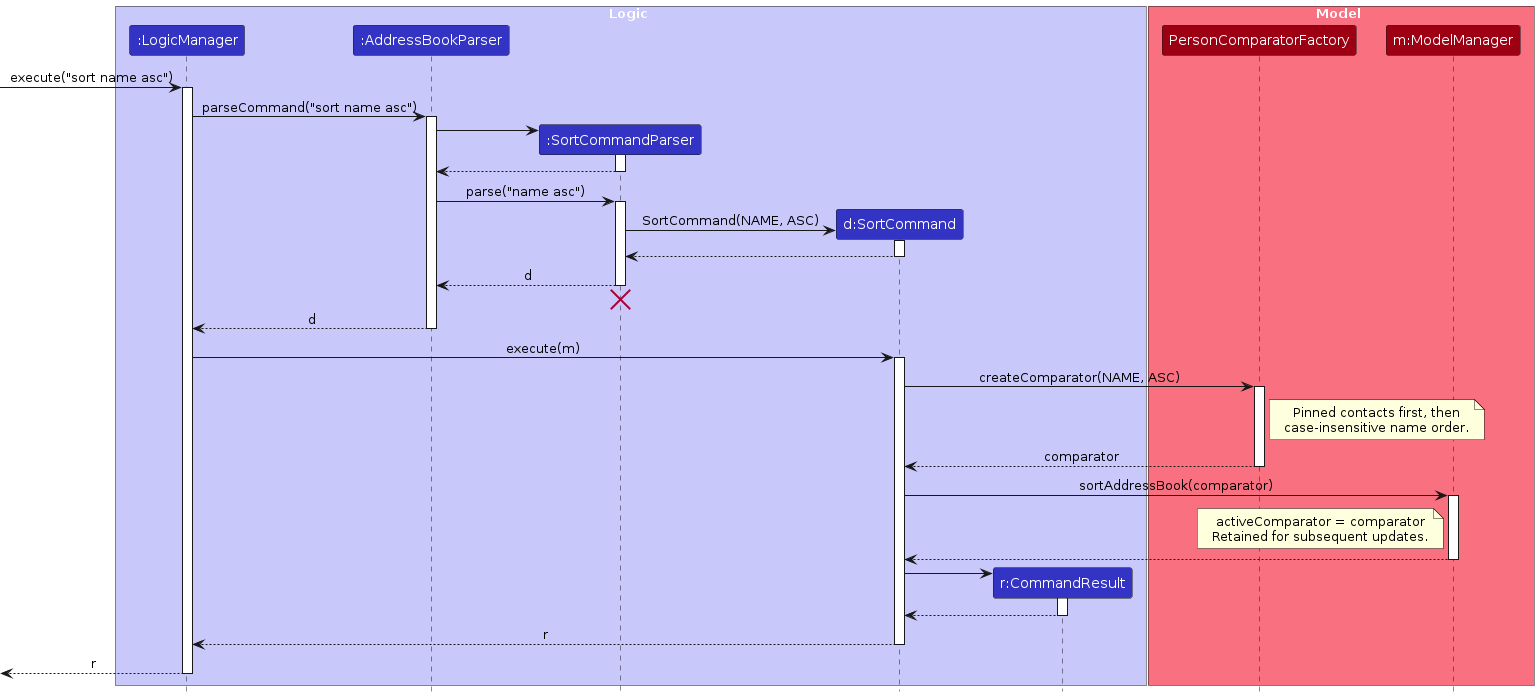
Earlier version of the PlantUML export diagrams/SortSequenceDiagram.png (AY2627S1-CS2103T-T13-1/tp). Its source is kept beside it as diagrams/SortSequenceDiagram.puml. Its diagram source:
```plantuml
@startuml
!include style.puml
skinparam ArrowFontStyle plain

box Logic LOGIC_COLOR_T1
participant ":LogicManager" as LogicManager LOGIC_COLOR
participant ":AddressBookParser" as AddressBookParser LOGIC_COLOR
participant ":SortCommandParser" as SortCommandParser LOGIC_COLOR
participant "d:SortCommand" as SortCommand LOGIC_COLOR
participant "r:CommandResult" as CommandResult LOGIC_COLOR
end box

box Model MODEL_COLOR_T1
participant "PersonComparatorFactory" as PersonComparatorFactory MODEL_COLOR
participant "m:ModelManager" as Model MODEL_COLOR
end box

[-> LogicManager : execute("sort name asc")
activate LogicManager

LogicManager -> AddressBookParser : parseCommand("sort name asc")
activate AddressBookParser

create SortCommandParser
AddressBookParser -> SortCommandParser
activate SortCommandParser

SortCommandParser --> AddressBookParser
deactivate SortCommandParser

AddressBookParser -> SortCommandParser : parse("name asc")
activate SortCommandParser

create SortCommand
SortCommandParser -> SortCommand : SortCommand(NAME, ASC)
activate SortCommand

SortCommand --> SortCommandParser :
deactivate SortCommand

SortCommandParser --> AddressBookParser : d
deactivate SortCommandParser
SortCommandParser -[hidden]-> AddressBookParser
destroy SortCommandParser

AddressBookParser --> LogicManager : d
deactivate AddressBookParser

LogicManager -> SortCommand : execute(m)
activate SortCommand

SortCommand -> PersonComparatorFactory : createComparator(NAME, ASC)
activate PersonComparatorFactory
note right of PersonComparatorFactory
Pinned contacts first, then
case-insensitive name order.
end note
PersonComparatorFactory --> SortCommand : comparator
deactivate PersonComparatorFactory

SortCommand -> Model : sortAddressBook(comparator)
activate Model
note left of Model
activeComparator = comparator
Retained for subsequent updates.
end note
Model --> SortCommand
deactivate Model

create CommandResult
SortCommand -> CommandResult
activate CommandResult

CommandResult --> SortCommand
deactivate CommandResult

SortCommand --> LogicManager : r
deactivate SortCommand

[<--LogicManager : r
deactivate LogicManager
@enduml
```
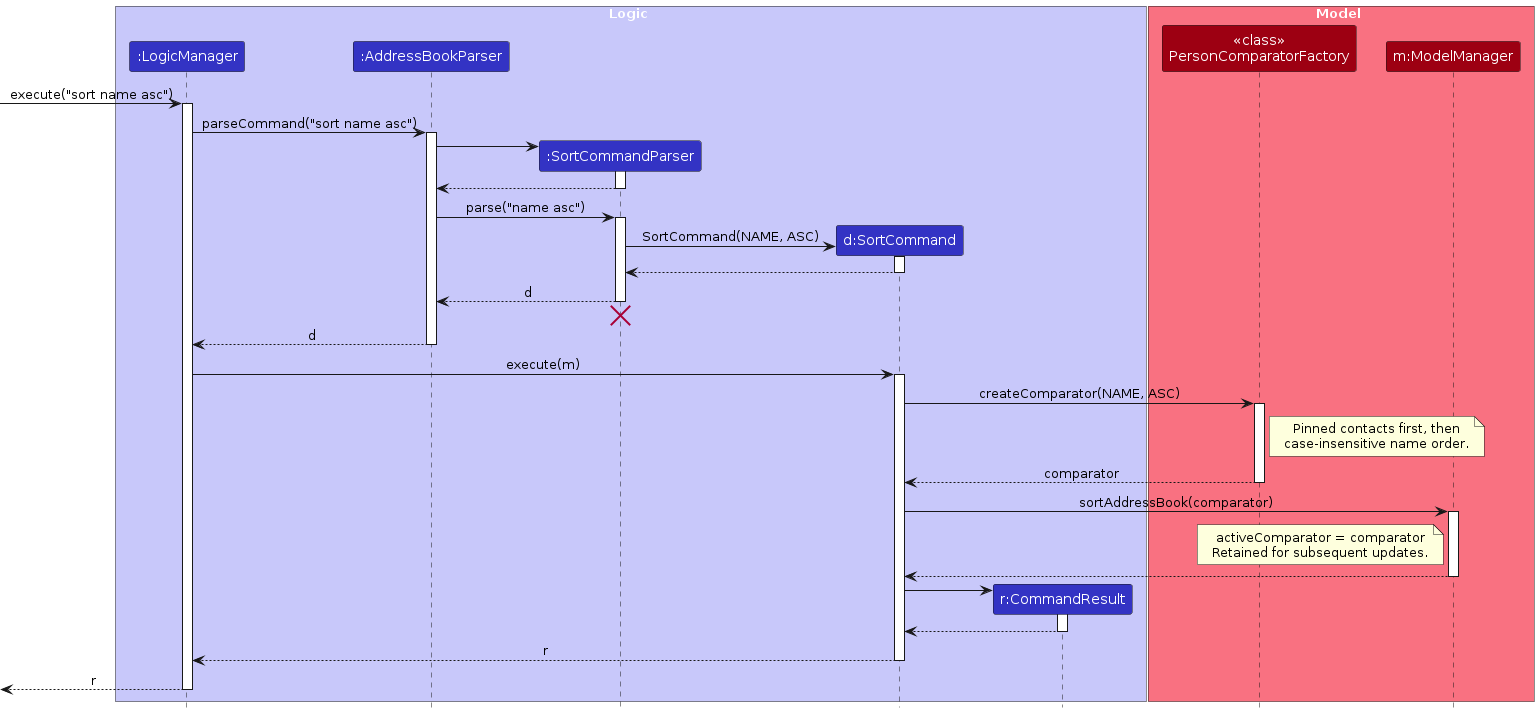
Later version of the same file.

What changed in the source:
```diff
@@ -11,7 +11,7 @@
 end box
 
 box Model MODEL_COLOR_T1
-participant "PersonComparatorFactory" as PersonComparatorFactory MODEL_COLOR
+participant "<<class>>\nPersonComparatorFactory" as PersonComparatorFactory MODEL_COLOR
 participant "m:ModelManager" as Model MODEL_COLOR
 end box
 
```
